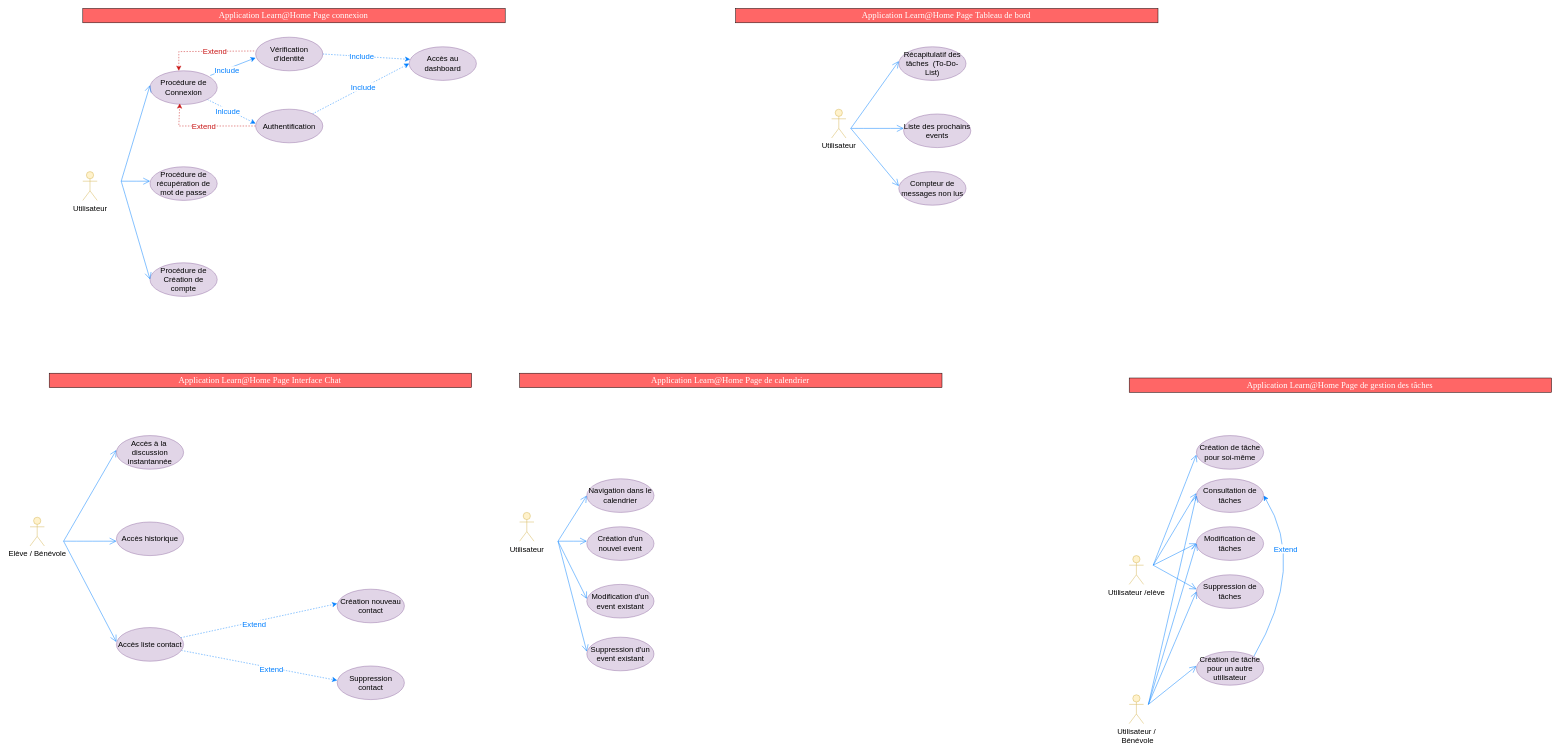
The draw.io diagram Diagramme sans nom.drawio in abaddon101/Learn-Home-Dev4U, before the edit. Source tidied: cells renumbered, new cells numbered last; positions are measured from the earlier drawing's top-left corner, leaving out a move shared by most shapes. Both pictures are drawn from the tidied source at 48%, with x=0, y=0 at pixel (30, 8).
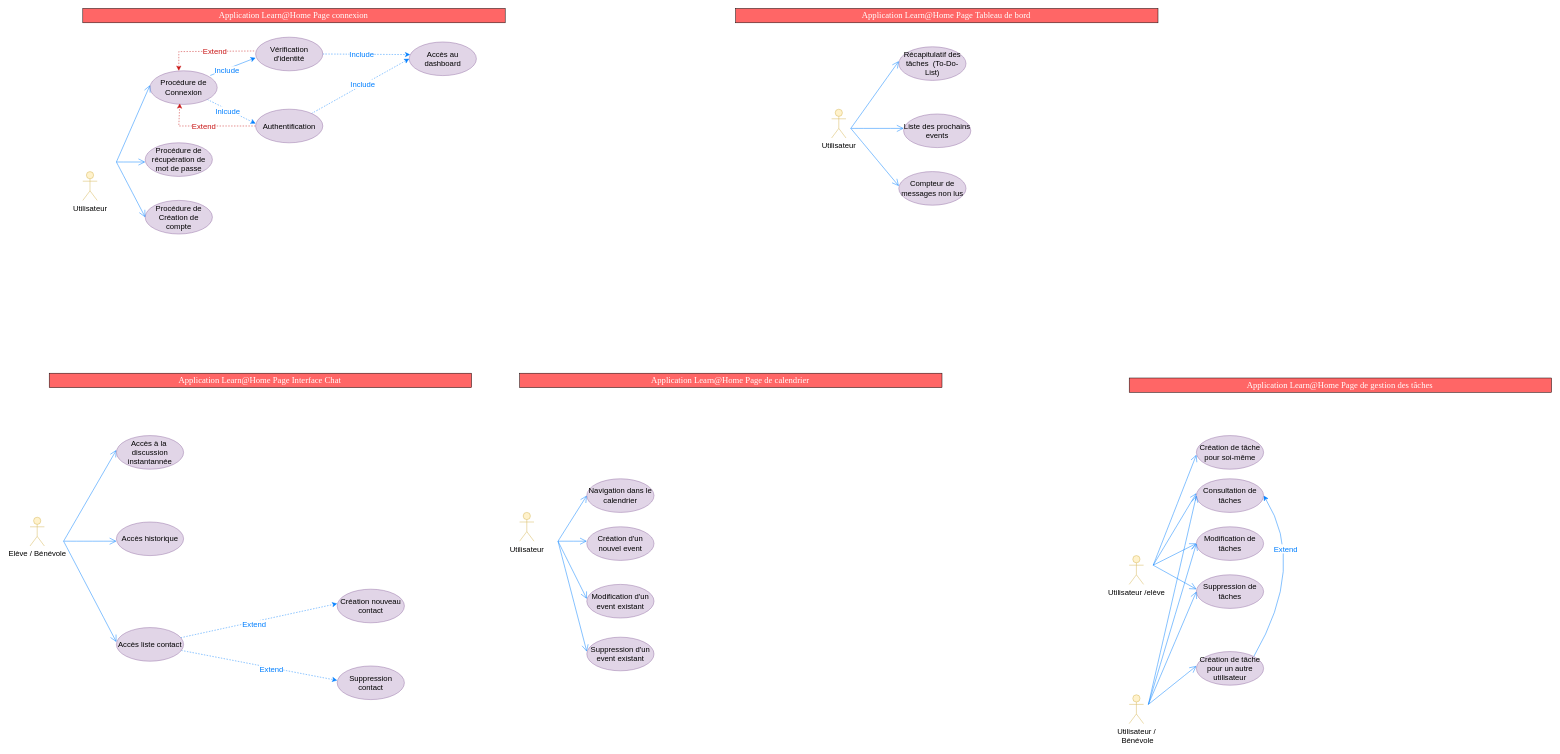
The same diagram, later.

Commit message (it also covers changes not shown here):
Mettre à jour Diagramme sans nom.drawio

Change to the diagram source:
```diff
@@
     <mxCell id="9" value="Procédure de récupération de mot de passe" style="ellipse;whiteSpace=wrap;html=1;fontSize=16;fillColor=#e1d5e7;strokeColor=#9673a6;" parent="1" vertex="1">
-      <mxGeometry x="250" y="330" width="140" height="70" as="geometry" />
+      <mxGeometry x="240" y="280" width="140" height="70" as="geometry" />
     </mxCell>
     <mxCell id="10" value="Procédure de Création de compte" style="ellipse;whiteSpace=wrap;html=1;fontSize=16;fillColor=#e1d5e7;strokeColor=#9673a6;" parent="1" vertex="1">
-      <mxGeometry x="250" y="530" width="140" height="70" as="geometry" />
+      <mxGeometry x="240" y="400" width="140" height="70" as="geometry" />
     </mxCell>
@@
     <mxCell id="16" style="endArrow=open;endFill=1;endSize=12;html=1;rounded=0;fontSize=12;curved=1;fillColor=#dae8fc;strokeColor=#007FFF;" parent="1" edge="1">
       <mxGeometry relative="1" as="geometry">
-        <mxPoint x="190" y="360" as="sourcePoint" />
+        <mxPoint x="180" y="320" as="sourcePoint" />
         <mxPoint x="250" y="160" as="targetPoint" />
       </mxGeometry>
     </mxCell>
@@
-    <mxCell id="34" style="endArrow=open;endFill=1;endSize=12;html=1;rounded=0;fontSize=12;curved=1;fillColor=#dae8fc;strokeColor=#007FFF;" parent="1" edge="1">
+    <mxCell id="34" style="endArrow=open;endFill=1;endSize=12;html=1;rounded=0;fontSize=12;curved=1;fillColor=#dae8fc;strokeColor=#007FFF;entryX=0;entryY=0.5;entryDx=0;entryDy=0;" parent="1" edge="1" target="10">
       <mxGeometry relative="1" as="geometry">
-        <mxPoint x="190" y="360" as="sourcePoint" />
-        <mxPoint x="250" y="564.5" as="targetPoint" />
+        <mxPoint x="180" y="320" as="sourcePoint" />
       </mxGeometry>
     </mxCell>
     <mxCell id="35" style="endArrow=open;endFill=1;endSize=12;html=1;rounded=0;fontSize=12;curved=1;fillColor=#dae8fc;strokeColor=#007FFF;" parent="1" edge="1">
       <mxGeometry relative="1" as="geometry">
-        <mxPoint x="190" y="360" as="sourcePoint" />
-        <mxPoint x="250" y="360" as="targetPoint" />
+        <mxPoint x="180" y="320" as="sourcePoint" />
+        <mxPoint x="240" y="320" as="targetPoint" />
       </mxGeometry>
     </mxCell>
@@
     <mxCell id="46" value="Accès au dashboard" style="ellipse;whiteSpace=wrap;html=1;fontSize=16;fillColor=#e1d5e7;strokeColor=#9673a6;" parent="1" vertex="1">
-      <mxGeometry x="790" y="80" width="140" height="70" as="geometry" />
+      <mxGeometry x="790" y="70" width="140" height="70" as="geometry" />
     </mxCell>
```
